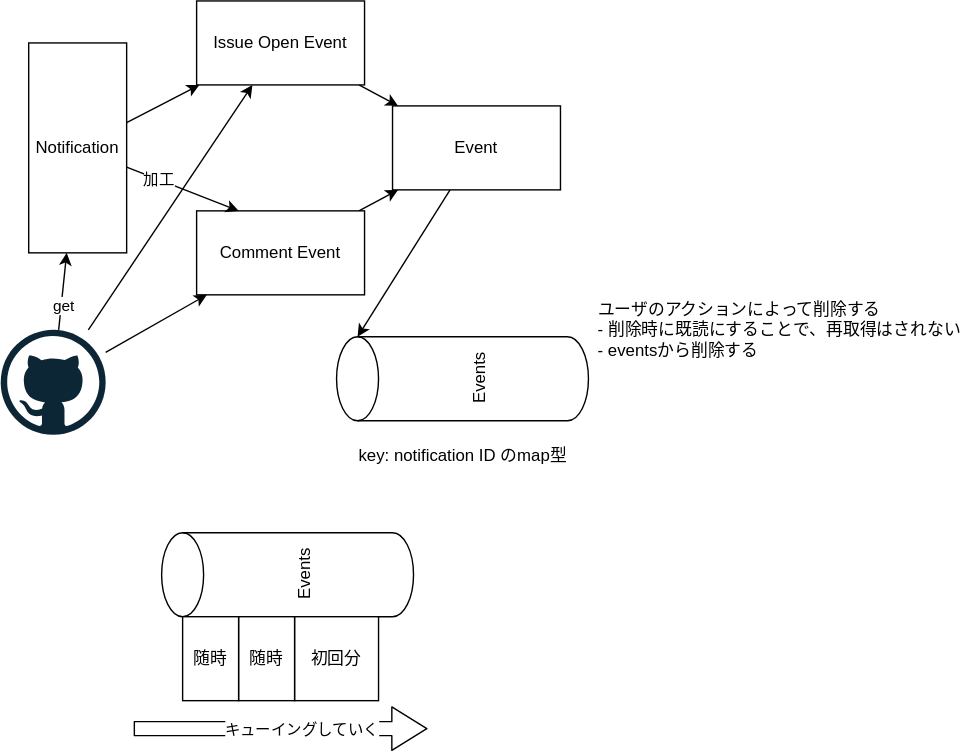
Earlier version of the draw.io export docs/20230529-store.drawio.svg (kijimaD/garbanzo). Source tidied: cells renumbered, new cells last; positions are measured from the earlier drawing's top-left corner, leaving out a move shared by most shapes.
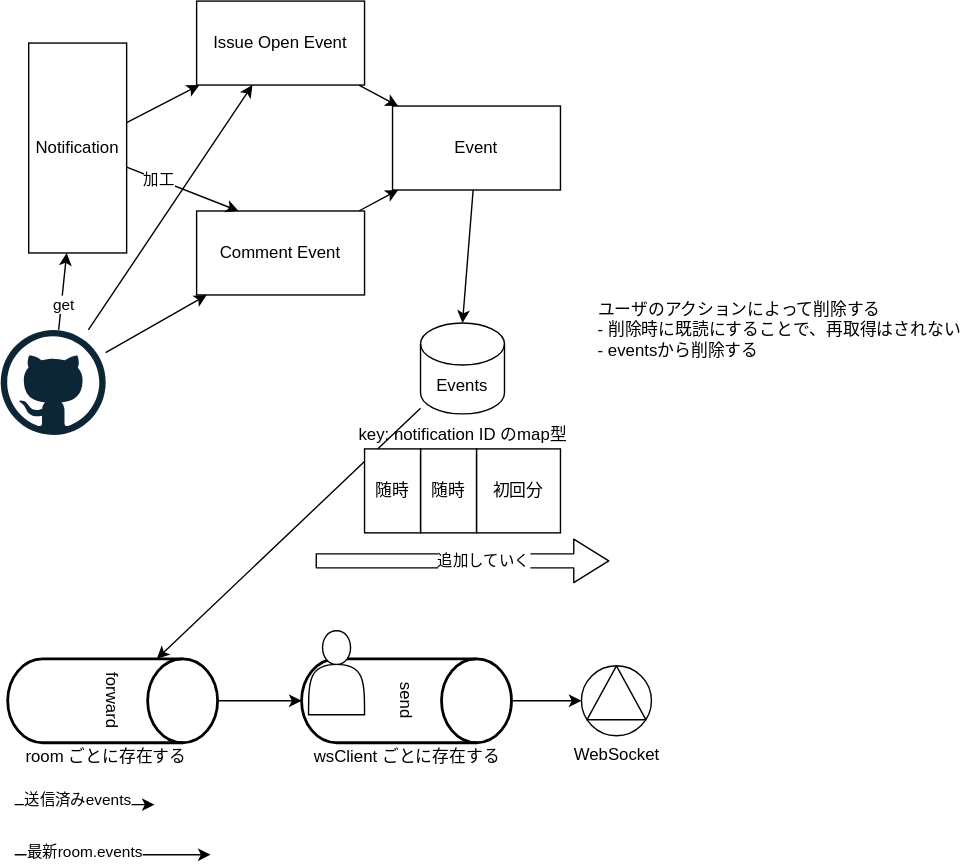
After the commit.

What changed in the source:
```diff
@@ -26,21 +26,21 @@
     <mxCell id="9" value="Issue Open Event" style="whiteSpace=wrap;html=1;" parent="1" vertex="1">
       <mxGeometry x="140" width="120" height="60" as="geometry" />
     </mxCell>
-    <mxCell id="10" style="edgeStyle=none;html=1;entryX=1;entryY=0;entryDx=0;entryDy=15;entryPerimeter=0;" parent="1" edge="1" source="11" target="12">
+    <mxCell id="10" style="edgeStyle=none;html=1;entryX=0.5;entryY=0;entryDx=0;entryDy=0;entryPerimeter=0;" parent="1" edge="1" source="11" target="12">
       <mxGeometry relative="1" as="geometry" />
     </mxCell>
     <mxCell id="11" value="Event" style="whiteSpace=wrap;html=1;" parent="1" vertex="1">
       <mxGeometry x="280" y="75" width="120" height="60" as="geometry" />
     </mxCell>
+    <mxCell id="26" style="edgeStyle=none;html=1;" parent="1" edge="1" source="12" target="28">
+      <mxGeometry relative="1" as="geometry" />
+    </mxCell>
-    <mxCell id="12" value="Events" style="shape=cylinder3;whiteSpace=wrap;html=1;boundedLbl=1;backgroundOutline=1;size=15;rotation=-90;" parent="1" vertex="1">
-      <mxGeometry x="300" y="180" width="60" height="180" as="geometry" />
+    <mxCell id="12" value="Events" style="shape=cylinder3;whiteSpace=wrap;html=1;boundedLbl=1;backgroundOutline=1;size=15;rotation=0;" parent="1" vertex="1">
+      <mxGeometry x="300" y="230" width="60" height="65" as="geometry" />
     </mxCell>
     <mxCell id="13" value="key: notification ID のmap型" style="text;html=1;align=center;verticalAlign=middle;strokeColor=none;fillColor=none;" parent="1" vertex="1">
-      <mxGeometry x="245" y="310" width="170" height="30" as="geometry" />
+      <mxGeometry x="245" y="295" width="170" height="30" as="geometry" />
     </mxCell>
-    <mxCell id="14" value="Events" style="shape=cylinder3;whiteSpace=wrap;html=1;boundedLbl=1;backgroundOutline=1;size=15;rotation=-90;" parent="1" vertex="1">
-      <mxGeometry x="175" y="320" width="60" height="180" as="geometry" />
-    </mxCell>
     <mxCell id="15" style="edgeStyle=none;html=1;" parent="1" edge="1" source="19" target="7">
       <mxGeometry relative="1" as="geometry" />
     </mxCell>
@@ -60,22 +60,68 @@
       <mxGeometry x="425" y="205" width="260" height="60" as="geometry" />
     </mxCell>
     <mxCell id="21" value="初回分" style="whiteSpace=wrap;html=1;" parent="1" vertex="1">
-      <mxGeometry x="210" y="440" width="60" height="60" as="geometry" />
+      <mxGeometry x="340" y="320" width="60" height="60" as="geometry" />
     </mxCell>
     <mxCell id="22" value="随時" style="whiteSpace=wrap;html=1;" parent="1" vertex="1">
-      <mxGeometry x="170" y="440" width="40" height="60" as="geometry" />
+      <mxGeometry x="300" y="320" width="40" height="60" as="geometry" />
     </mxCell>
     <mxCell id="23" value="随時" style="whiteSpace=wrap;html=1;" parent="1" vertex="1">
-      <mxGeometry x="130" y="440" width="40" height="60" as="geometry" />
+      <mxGeometry x="260" y="320" width="40" height="60" as="geometry" />
     </mxCell>
     <mxCell id="24" style="edgeStyle=none;orthogonalLoop=1;jettySize=auto;html=1;shape=flexArrow;rounded=1;startSize=8;endSize=8;" parent="1" edge="1">
       <mxGeometry relative="1" as="geometry">
-        <mxPoint x="95" y="520" as="sourcePoint" />
-        <mxPoint x="305" y="520" as="targetPoint" />
+        <mxPoint x="225" y="400" as="sourcePoint" />
+        <mxPoint x="435" y="400" as="targetPoint" />
       </mxGeometry>
     </mxCell>
-    <mxCell id="25" value="キューイングしていく" style="edgeLabel;html=1;align=center;verticalAlign=middle;" parent="24" vertex="1">
+    <mxCell id="25" value="追加していく" style="edgeLabel;html=1;align=center;verticalAlign=middle;" parent="24" vertex="1">
       <mxGeometry x="0.13" relative="1" as="geometry" />
     </mxCell>
+    <mxCell id="27" style="edgeStyle=none;html=1;" parent="1" edge="1" source="28" target="30">
+      <mxGeometry relative="1" as="geometry" />
+    </mxCell>
+    <mxCell id="28" value="forward" style="strokeWidth=2;html=1;shape=mxgraph.flowchart.database;whiteSpace=wrap;rotation=90;" parent="1" vertex="1">
+      <mxGeometry x="50" y="425" width="60" height="150" as="geometry" />
+    </mxCell>
+    <mxCell id="29" style="edgeStyle=none;html=1;entryX=0;entryY=0.5;entryDx=0;entryDy=0;entryPerimeter=0;" parent="1" edge="1" source="30" target="31">
+      <mxGeometry relative="1" as="geometry" />
+    </mxCell>
+    <mxCell id="30" value="send" style="strokeWidth=2;html=1;shape=mxgraph.flowchart.database;whiteSpace=wrap;rotation=90;" parent="1" vertex="1">
+      <mxGeometry x="260" y="425" width="60" height="150" as="geometry" />
+    </mxCell>
+    <mxCell id="31" value="WebSocket&lt;br&gt;" style="verticalLabelPosition=bottom;shadow=0;dashed=0;align=center;html=1;verticalAlign=top;shape=mxgraph.electrical.rot_mech.winding_connection;" parent="1" vertex="1">
+      <mxGeometry x="415" y="475" width="50" height="50" as="geometry" />
+    </mxCell>
+    <mxCell id="32" style="edgeStyle=none;orthogonalLoop=1;jettySize=auto;html=1;" parent="1" edge="1">
+      <mxGeometry relative="1" as="geometry">
+        <mxPoint x="10" y="574.2" as="sourcePoint" />
+        <mxPoint x="110" y="574.2" as="targetPoint" />
+      </mxGeometry>
+    </mxCell>
+    <mxCell id="33" value="送信済みevents" style="edgeLabel;html=1;align=center;verticalAlign=middle;" parent="32" vertex="1">
+      <mxGeometry x="-0.35" y="4" relative="1" as="geometry">
+        <mxPoint x="12" as="offset" />
+      </mxGeometry>
+    </mxCell>
+    <mxCell id="34" style="edgeStyle=none;orthogonalLoop=1;jettySize=auto;html=1;" parent="1" edge="1">
+      <mxGeometry relative="1" as="geometry">
+        <mxPoint x="10" y="610" as="sourcePoint" />
+        <mxPoint x="150" y="610" as="targetPoint" />
+      </mxGeometry>
+    </mxCell>
+    <mxCell id="35" value="最新room.events" style="edgeLabel;html=1;align=center;verticalAlign=middle;" parent="34" vertex="1">
+      <mxGeometry x="-0.7" y="2" relative="1" as="geometry">
+        <mxPoint x="28" as="offset" />
+      </mxGeometry>
+    </mxCell>
+    <mxCell id="36" value="room ごとに存在する" style="text;html=1;align=center;verticalAlign=middle;strokeColor=none;fillColor=none;" parent="1" vertex="1">
+      <mxGeometry x="10" y="525" width="130" height="30" as="geometry" />
+    </mxCell>
+    <mxCell id="37" value="wsClient ごとに存在する" style="text;html=1;align=center;verticalAlign=middle;strokeColor=none;fillColor=none;" parent="1" vertex="1">
+      <mxGeometry x="215" y="525" width="150" height="30" as="geometry" />
+    </mxCell>
+    <mxCell id="38" style="shape=actor;whiteSpace=wrap;html=1;" parent="1" vertex="1">
+      <mxGeometry x="220" y="450" width="40" height="60" as="geometry" />
+    </mxCell>
   </root>
 </mxGraphModel>
```
